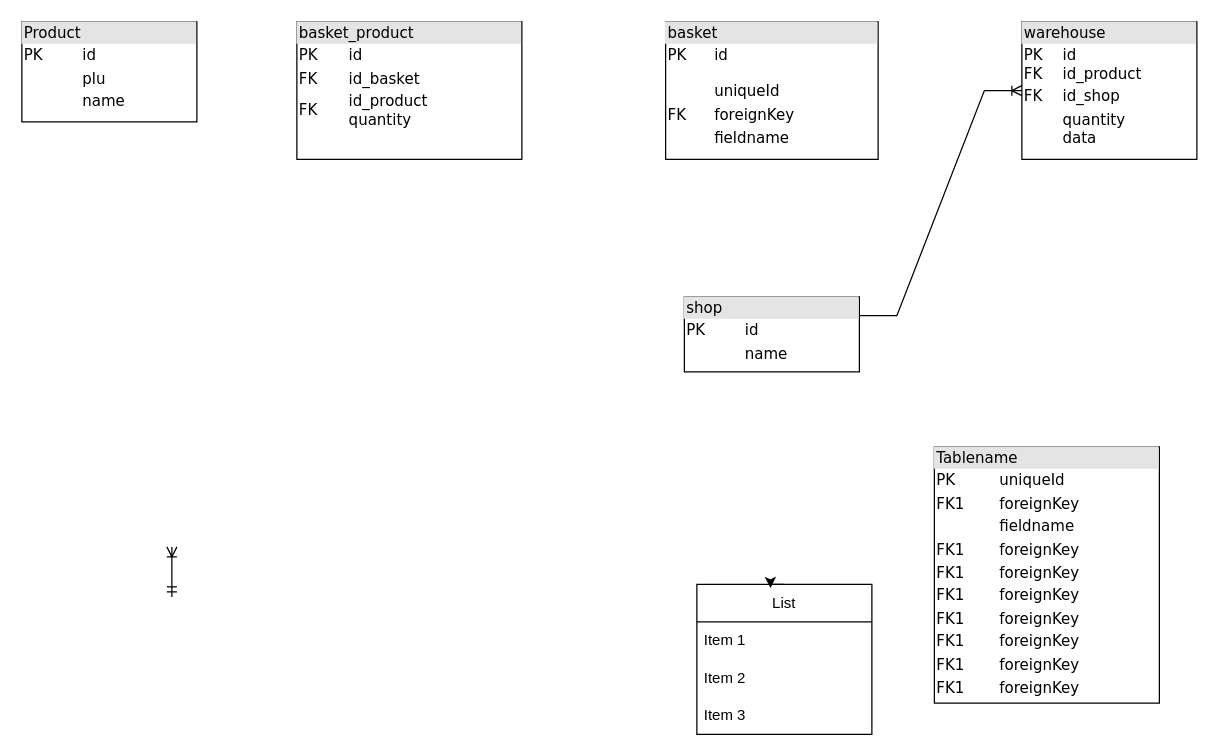
Earlier version of the draw.io diagram Модель базы данных.drawio (vovanstrr/Node_SQL). Source tidied: cells renumbered, new cells numbered last; positions are measured from the earlier drawing's top-left corner, leaving out a move shared by most shapes. Both pictures are drawn from the tidied source at 125%, with x=0, y=0 at pixel (21, 21).
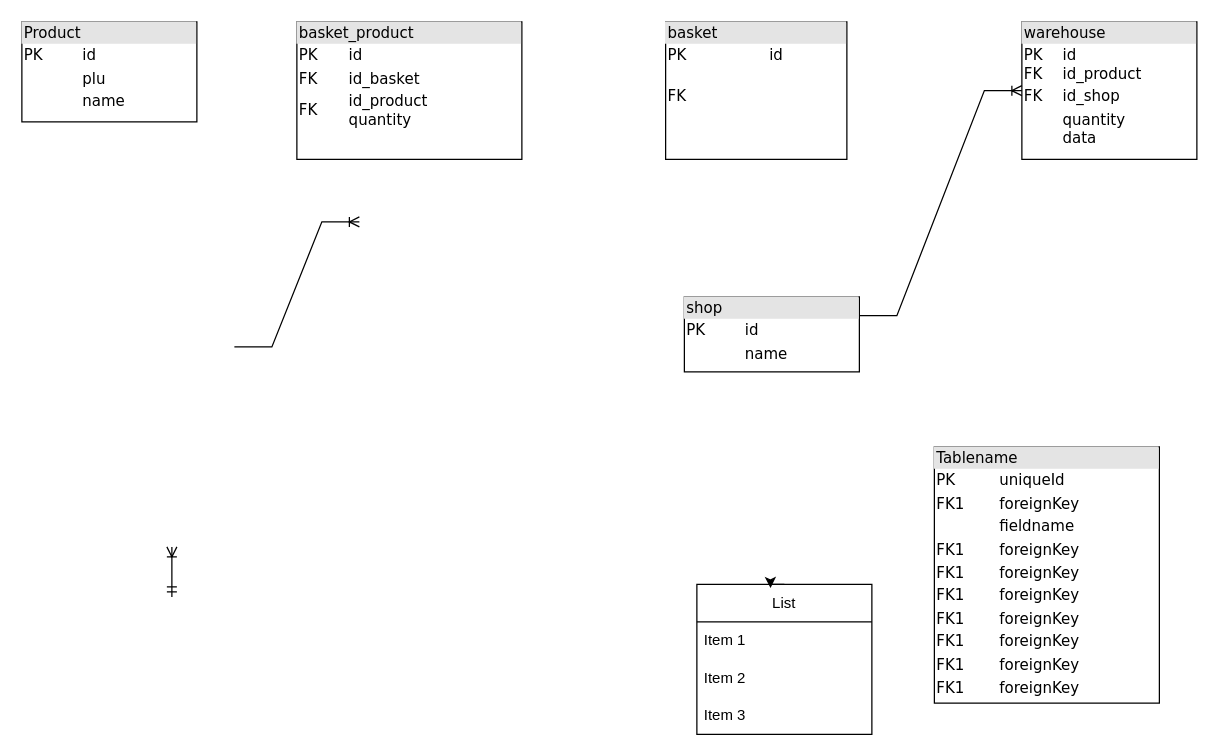
The same page after the edit.

Diff of the diagram source:
```diff
@@
-    <mxCell id="5" value="&lt;div style=&quot;box-sizing:border-box;width:100%;background:#e4e4e4;padding:2px;&quot;&gt;basket&lt;/div&gt;&lt;table style=&quot;width:100%;font-size:1em;&quot; cellpadding=&quot;2&quot; cellspacing=&quot;0&quot;&gt;&lt;tbody&gt;&lt;tr&gt;&lt;td&gt;PK&lt;br&gt;&lt;br&gt;&lt;br&gt;&lt;/td&gt;&lt;td&gt;id&lt;br&gt;&lt;br&gt;uniqueId&lt;/td&gt;&lt;/tr&gt;&lt;tr&gt;&lt;td&gt;FK&lt;/td&gt;&lt;td&gt;foreignKey&lt;/td&gt;&lt;/tr&gt;&lt;tr&gt;&lt;td&gt;&lt;/td&gt;&lt;td&gt;fieldname&lt;/td&gt;&lt;/tr&gt;&lt;/tbody&gt;&lt;/table&gt;" style="verticalAlign=top;align=left;overflow=fill;html=1;rounded=0;shadow=0;comic=0;labelBackgroundColor=none;strokeWidth=1;fontFamily=Verdana;fontSize=12;" parent="1" vertex="1">
-      <mxGeometry x="515" width="170" height="110" as="geometry" />
+    <mxCell id="5" value="&lt;div style=&quot;box-sizing:border-box;width:100%;background:#e4e4e4;padding:2px;&quot;&gt;basket&lt;/div&gt;&lt;table style=&quot;width:100%;font-size:1em;&quot; cellpadding=&quot;2&quot; cellspacing=&quot;0&quot;&gt;&lt;tbody&gt;&lt;tr&gt;&lt;td&gt;PK&lt;br&gt;&lt;br&gt;&lt;/td&gt;&lt;td&gt;id&lt;br&gt;&lt;br&gt;&lt;/td&gt;&lt;/tr&gt;&lt;tr&gt;&lt;td&gt;FK&lt;/td&gt;&lt;td&gt;&lt;br&gt;&lt;/td&gt;&lt;/tr&gt;&lt;tr&gt;&lt;td&gt;&lt;/td&gt;&lt;td&gt;&lt;br&gt;&lt;/td&gt;&lt;/tr&gt;&lt;/tbody&gt;&lt;/table&gt;" style="verticalAlign=top;align=left;overflow=fill;html=1;rounded=0;shadow=0;comic=0;labelBackgroundColor=none;strokeWidth=1;fontFamily=Verdana;fontSize=12;" parent="1" vertex="1">
+      <mxGeometry x="515" width="145" height="110" as="geometry" />
     </mxCell>
@@
+    <mxCell id="15" style="edgeStyle=entityRelationEdgeStyle;fontSize=12;html=1;endArrow=ERoneToMany;rounded=0;" parent="1" edge="1">
+      <mxGeometry relative="1" as="geometry">
+        <mxPoint x="170" y="260" as="sourcePoint" />
+        <mxPoint x="270" y="160" as="targetPoint" />
+      </mxGeometry>
+    </mxCell>
```
